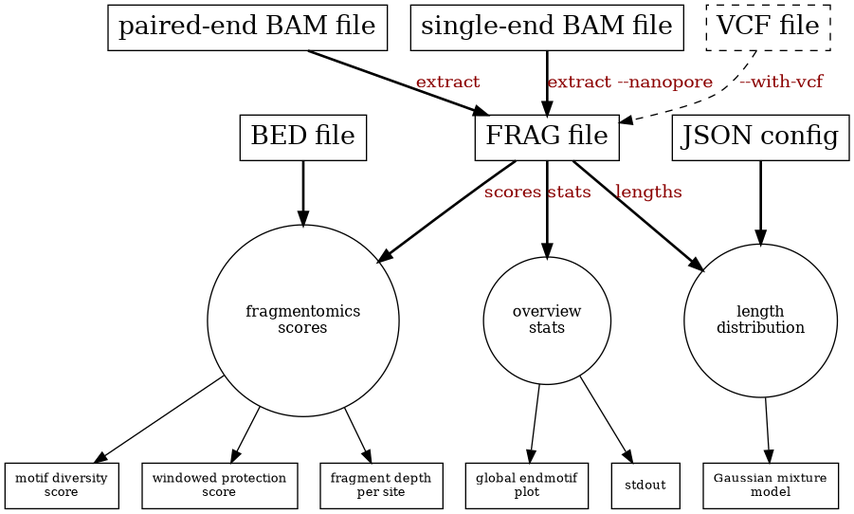
Before: docs/imgs/workflow.png, a diagram exported from Graphviz (schwarzlab-ccb/pyfraglib). Its source is kept beside it as docs/imgs/workflow.dot. The source it was exported from:
```dot

digraph Workflow {

    A0 -> B [label="extract",fontcolor=darkred,style=bold];
    A1 -> B [label="extract --nanopore",fontcolor=darkred,style=bold];
    AA -> B [label="--with-vcf",fontcolor=darkred,style=dashed];

    A0 [label="paired-end BAM file",shape=box,fontsize=20];
    A1 [label="single-end BAM file",shape=box,fontsize=20];
    AA [label="VCF file",shape=box,fontsize=20,style=dashed];
    B [label="FRAG file",shape=box,fontsize=20];

    B -> C [label="stats",fontcolor=darkred,style=bold];
    B -> D [label="lengths",fontcolor=darkred,style=bold];
    DD -> D [fontcolor=darkred,style=bold];
    B -> E [label="scores",fontcolor=darkred,style=bold];
    EE -> E [fontcolor=darkred,style=bold];
    E -> F;
    E -> G;
    E -> GG;
    D -> H;
    C -> I;
    C -> J;

    C [label="overview\nstats",shape=circle,fontsize=12];
    D [label="length\ndistribution",shape=circle,fontsize=12];
    DD [label="JSON config",shape=box,fontsize=20];
    E [label="fragmentomics\nscores",shape=circle,fontsize=12];
    EE [label="BED file",shape=box,fontsize=20];
    F [label="motif diversity\nscore",shape=box,fontsize=10];
    G [label="windowed protection\nscore",shape=box,fontsize=10];
    GG [label="fragment depth\nper site",shape=box,fontsize=10];
    H [label="Gaussian mixture\nmodel",shape=box,fontsize=10];
    I [label="global endmotif\nplot",shape=box,fontsize=10];
    J [label="stdout",shape=box,fontsize=10];
}
```
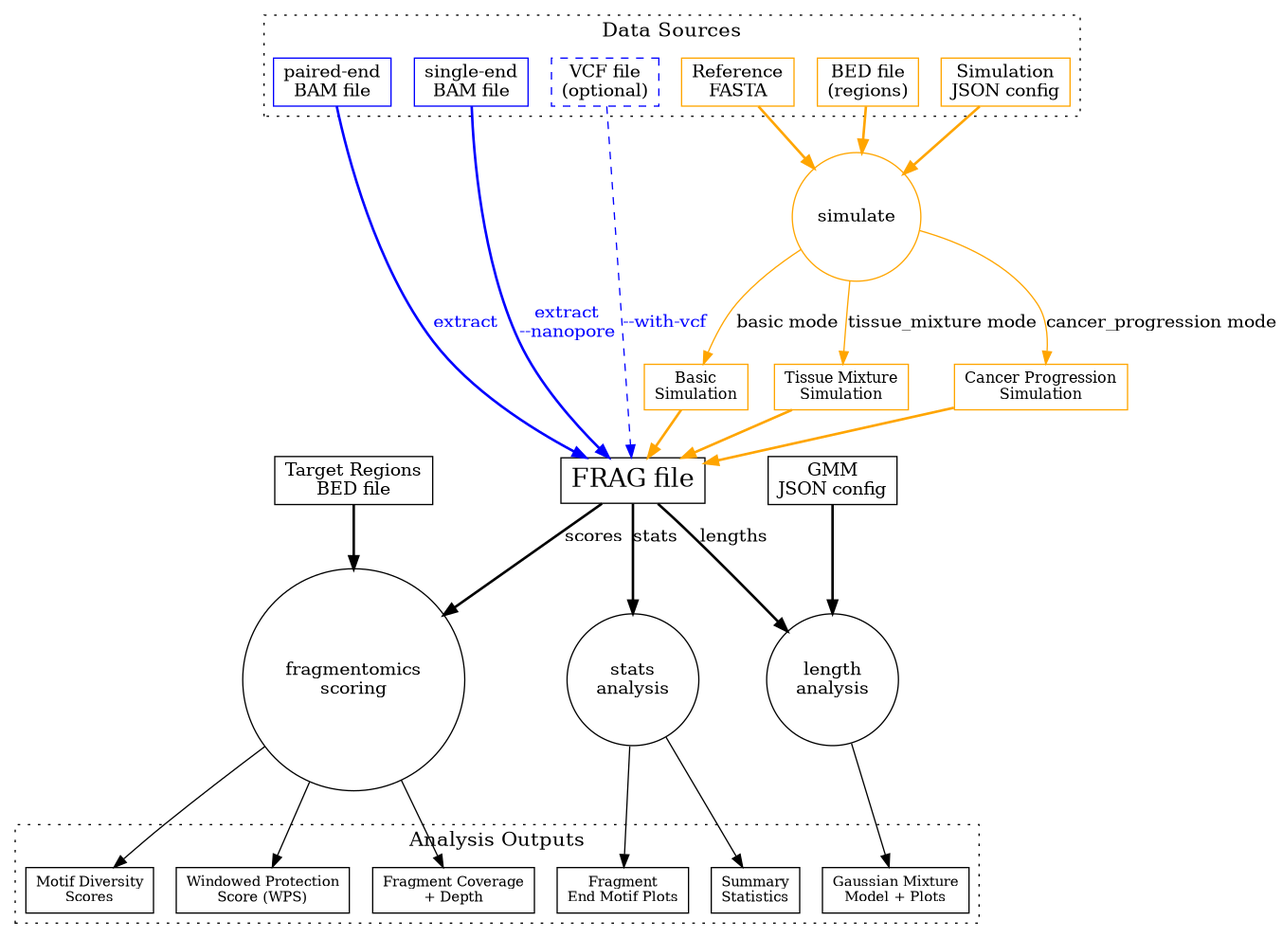
The same file after the commit.

Commit message:
update workflow diagram

Change to the diagram source:
```diff
@@ -1,36 +1,75 @@
 
 digraph Workflow {
 
-    A0 -> B [label="extract",fontcolor=darkred,style=bold];
-    A1 -> B [label="extract --nanopore",fontcolor=darkred,style=bold];
-    AA -> B [label="--with-vcf",fontcolor=darkred,style=dashed];
+    subgraph cluster_data_sources {
+        label="Data Sources";
+        style=dotted;
+        fontsize=16;
 
-    A0 [label="paired-end BAM file",shape=box,fontsize=20];
-    A1 [label="single-end BAM file",shape=box,fontsize=20];
-    AA [label="VCF file",shape=box,fontsize=20,style=dashed];
+        A0 [label="paired-end\nBAM file",shape=box,fontsize=14,color=blue];
+        A1 [label="single-end\nBAM file",shape=box,fontsize=14,color=blue];
+        AA [label="VCF file\n(optional)",shape=box,fontsize=14,style=dashed,color=blue];
+
+        FASTA [label="Reference\nFASTA",shape=box,fontsize=14,color=orange];
+        BED_SIM [label="BED file\n(regions)",shape=box,fontsize=14,color=orange];
+        CONFIG_SIM [label="Simulation\nJSON config",shape=box,fontsize=14,color=orange];
+    }
+
+    SIM [label="simulate",shape=circle,fontsize=14,color=orange];
+    SIM_BASIC [label="Basic\nSimulation",shape=box,fontsize=12,color=orange];
+    SIM_TISSUE [label="Tissue Mixture\nSimulation",shape=box,fontsize=12,color=orange];
+    SIM_CANCER [label="Cancer Progression\nSimulation",shape=box,fontsize=12,color=orange];
     B [label="FRAG file",shape=box,fontsize=20];
 
-    B -> C [label="stats",fontcolor=darkred,style=bold];
-    B -> D [label="lengths",fontcolor=darkred,style=bold];
-    DD -> D [fontcolor=darkred,style=bold];
-    B -> E [label="scores",fontcolor=darkred,style=bold];
-    EE -> E [fontcolor=darkred,style=bold];
+    C [label="stats\nanalysis",shape=circle,fontsize=14];
+    D [label="length\nanalysis",shape=circle,fontsize=14];
+    E [label="fragmentomics\nscoring",shape=circle,fontsize=14];
+
+    subgraph cluster_outputs {
+        label="Analysis Outputs";
+        style=dotted;
+        fontsize=16;
+
+        I [label="Fragment\nEnd Motif Plots",shape=box,fontsize=11];
+        J [label="Summary\nStatistics",shape=box,fontsize=11];
+
+        H [label="Gaussian Mixture\nModel + Plots",shape=box,fontsize=11];
+
+        F [label="Motif Diversity\nScores",shape=box,fontsize=11];
+        G [label="Windowed Protection\nScore (WPS)",shape=box,fontsize=11];
+        GG [label="Fragment Coverage\n+ Depth",shape=box,fontsize=11];
+    }
+
+    A0 -> B [label="extract",fontcolor=blue,style=bold,penwidth=2,color=blue];
+    A1 -> B [label="extract\n--nanopore",fontcolor=blue,style=bold,penwidth=2,color=blue];
+    AA -> B [label="--with-vcf",fontcolor=blue,style=dashed,color=blue];
+
+    FASTA -> SIM [color=orange,penwidth=2];
+    BED_SIM -> SIM [color=orange,penwidth=2];
+    CONFIG_SIM -> SIM [color=orange,penwidth=2];
+
+    SIM -> SIM_BASIC [label="basic mode",color=orange];
+    SIM -> SIM_TISSUE [label="tissue_mixture mode",color=orange];
+    SIM -> SIM_CANCER [label="cancer_progression mode",color=orange];
+
+    SIM_BASIC -> B [color=orange,penwidth=2];
+    SIM_TISSUE -> B [color=orange,penwidth=2];
+    SIM_CANCER -> B [color=orange,penwidth=2];
+
+    B -> C [label="stats",style=bold,penwidth=2];
+    B -> D [label="lengths",style=bold,penwidth=2];
+    B -> E [label="scores",style=bold,penwidth=2];
+
+    DD [label="GMM\nJSON config",shape=box,fontsize=14];
+    EE [label="Target Regions\nBED file",shape=box,fontsize=14];
+
+    DD -> D [style=bold];
+    EE -> E [style=bold];
+
+    C -> I;
+    C -> J;
+    D -> H;
     E -> F;
     E -> G;
     E -> GG;
-    D -> H;
-    C -> I;
-    C -> J;
-
-    C [label="overview\nstats",shape=circle,fontsize=12];
-    D [label="length\ndistribution",shape=circle,fontsize=12];
-    DD [label="JSON config",shape=box,fontsize=20];
-    E [label="fragmentomics\nscores",shape=circle,fontsize=12];
-    EE [label="BED file",shape=box,fontsize=20];
-    F [label="motif diversity\nscore",shape=box,fontsize=10];
-    G [label="windowed protection\nscore",shape=box,fontsize=10];
-    GG [label="fragment depth\nper site",shape=box,fontsize=10];
-    H [label="Gaussian mixture\nmodel",shape=box,fontsize=10];
-    I [label="global endmotif\nplot",shape=box,fontsize=10];
-    J [label="stdout",shape=box,fontsize=10];
 }
```
